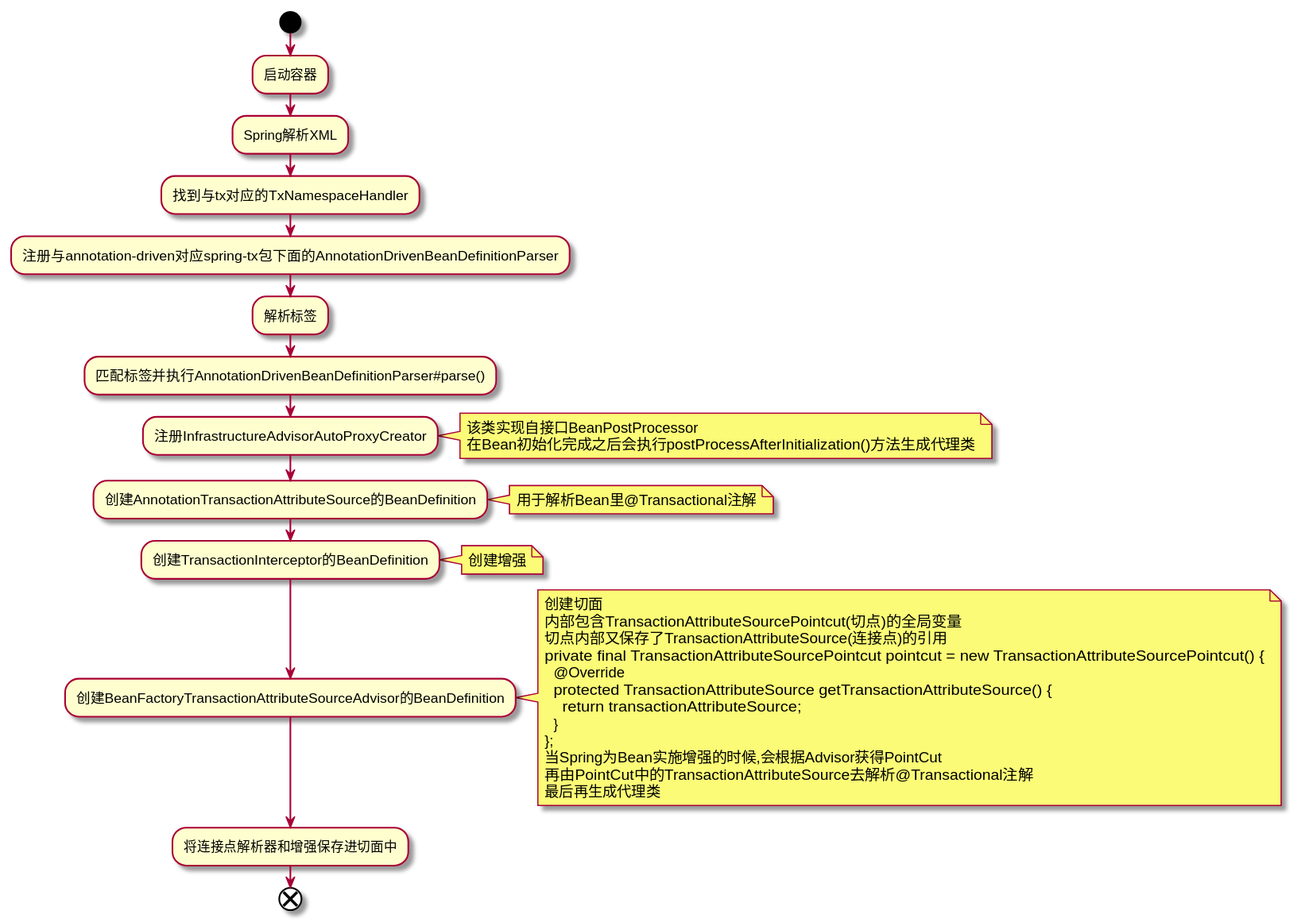
The PlantUML diagram tx_init.svg in LaughXP/uml, before a commit. Its diagram source:
```plantuml
@startuml
start
:启动容器;
:Spring解析XML;
:找到与tx对应的TxNamespaceHandler;
:注册与annotation-driven对应spring-tx包下面的AnnotationDrivenBeanDefinitionParser;
:解析标签;
:匹配标签并执行AnnotationDrivenBeanDefinitionParser#parse();
:注册InfrastructureAdvisorAutoProxyCreator;
note right
该类实现自接口BeanPostProcessor
在Bean初始化完成之后会执行postProcessAfterInitialization()方法生成代理类
end note
:创建AnnotationTransactionAttributeSource的BeanDefinition;
note right
用于解析Bean里@Transactional注解
end note
:创建TransactionInterceptor的BeanDefinition;
note right
创建增强
end note
:创建BeanFactoryTransactionAttributeSourceAdvisor的BeanDefinition;
note right
创建切面
内部包含TransactionAttributeSourcePointcut(切点)的全局变量
切点内部又保存了TransactionAttributeSource(连接点)的引用
private final TransactionAttributeSourcePointcut pointcut = new TransactionAttributeSourcePointcut() {
  @Override
  protected TransactionAttributeSource getTransactionAttributeSource() {
    return transactionAttributeSource;
  }
};
当Spring为Bean实施增强的时候,会根据Advisor获得PointCut
再由PointCut中的TransactionAttributeSource去解析@Transactional注解
最后再生成代理类
end note
:将连接点解析器和增强保存进切面中;
end
@enduml
```
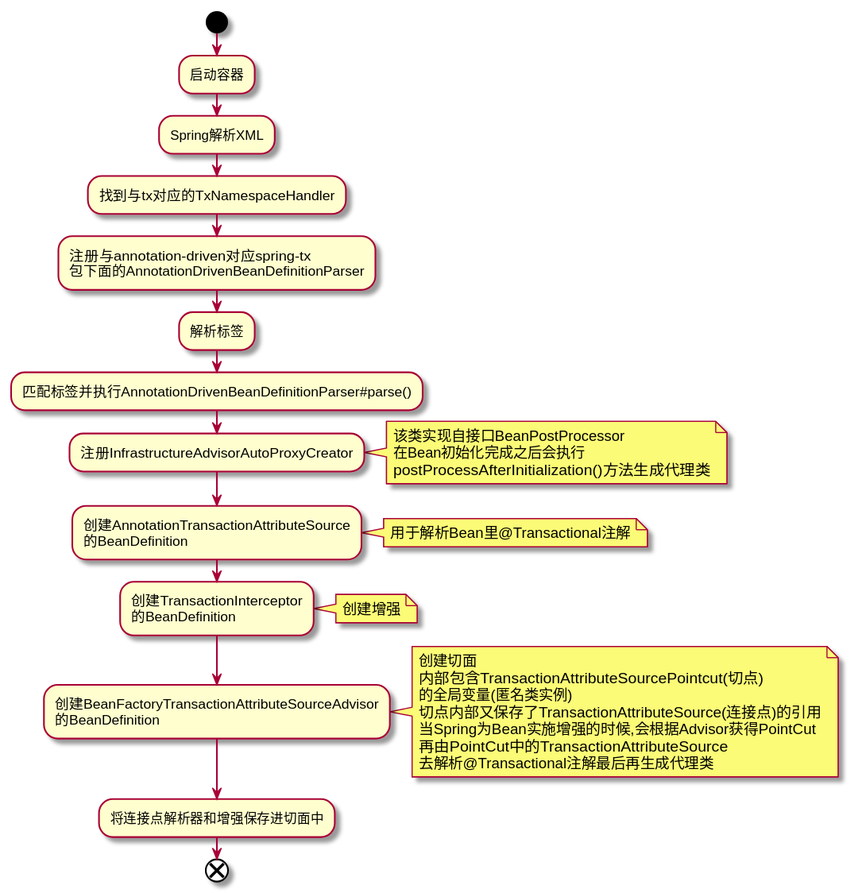
After the change.

What changed in the source:
```diff
@@ -3,36 +3,36 @@
 :启动容器;
 :Spring解析XML;
 :找到与tx对应的TxNamespaceHandler;
-:注册与annotation-driven对应spring-tx包下面的AnnotationDrivenBeanDefinitionParser;
+:注册与annotation-driven对应spring-tx
+包下面的AnnotationDrivenBeanDefinitionParser;
 :解析标签;
 :匹配标签并执行AnnotationDrivenBeanDefinitionParser#parse();
 :注册InfrastructureAdvisorAutoProxyCreator;
 note right
 该类实现自接口BeanPostProcessor
-在Bean初始化完成之后会执行postProcessAfterInitialization()方法生成代理类
+在Bean初始化完成之后会执行
+postProcessAfterInitialization()方法生成代理类
 end note
-:创建AnnotationTransactionAttributeSource的BeanDefinition;
+:创建AnnotationTransactionAttributeSource
+的BeanDefinition;
 note right
 用于解析Bean里@Transactional注解
 end note
-:创建TransactionInterceptor的BeanDefinition;
+:创建TransactionInterceptor
+的BeanDefinition;
 note right
 创建增强
 end note
-:创建BeanFactoryTransactionAttributeSourceAdvisor的BeanDefinition;
+:创建BeanFactoryTransactionAttributeSourceAdvisor
+的BeanDefinition;
 note right
 创建切面
-内部包含TransactionAttributeSourcePointcut(切点)的全局变量
+内部包含TransactionAttributeSourcePointcut(切点)
+的全局变量(匿名类实例)
 切点内部又保存了TransactionAttributeSource(连接点)的引用
-private final TransactionAttributeSourcePointcut pointcut = new TransactionAttributeSourcePointcut() {
-  @Override
-  protected TransactionAttributeSource getTransactionAttributeSource() {
-    return transactionAttributeSource;
-  }
-};
 当Spring为Bean实施增强的时候,会根据Advisor获得PointCut
-再由PointCut中的TransactionAttributeSource去解析@Transactional注解
-最后再生成代理类
+再由PointCut中的TransactionAttributeSource
+去解析@Transactional注解最后再生成代理类
 end note
 :将连接点解析器和增强保存进切面中;
 end
```
